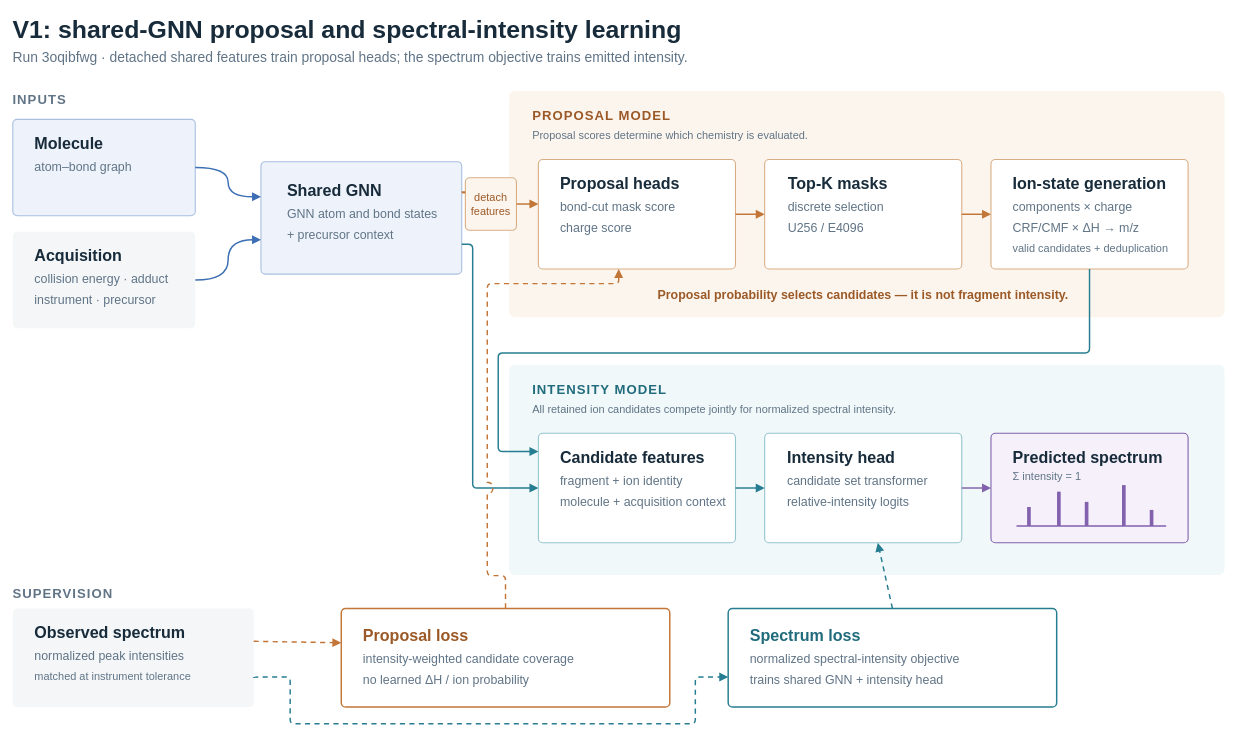
Earlier version of the draw.io diagram page "MASSter decoupled design" (2 of 3) of docs/figures/masster_figures.drawio (LZhang98/fragnnet). Source tidied: cells renumbered, new cells numbered last; positions are measured from the earlier drawing's top-left corner, leaving out a move shared by most shapes. Both pictures are drawn from the tidied source at 73%, with x=0, y=0 at pixel (12, 12).
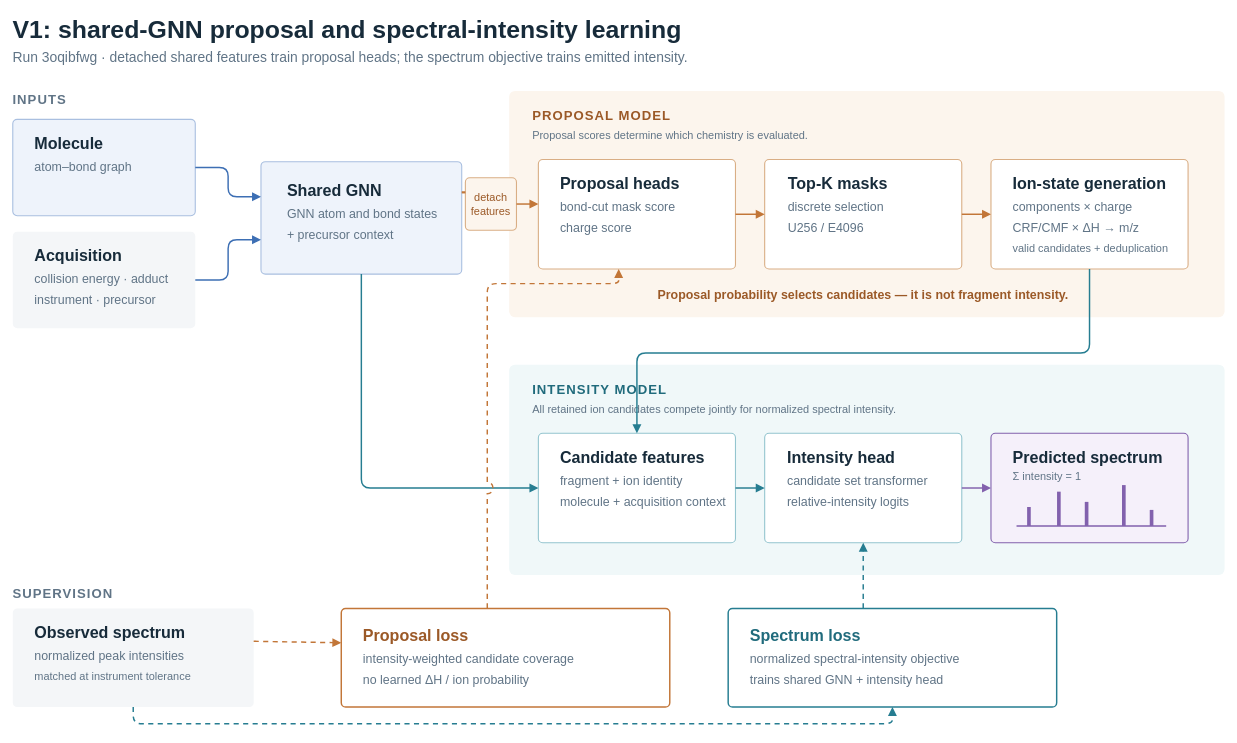
The same page after the edit.

Unchanged cells that the change refers to:
```xml
<mxCell id="5" value="&lt;div style=&quot;font-size:22px;font-weight:bold;color:#172B3A;line-height:1.2&quot;&gt;Proposal heads&lt;/div&gt;&lt;div style=&quot;font-size:17px;color:#607486;line-height:1.7;margin-top:5px&quot;&gt;bond-cut mask score&lt;br&gt;charge score&lt;/div&gt;" style="rounded=1;absoluteArcSize=1;arcSize=12;whiteSpace=wrap;html=1;fontFamily=Arial;fillColor=#ffffff;strokeColor=#D9AE85;strokeWidth=1.5;fontColor=#172B3A;align=left;verticalAlign=top;spacing=0;spacingLeft=30;spacingTop=16;" parent="4" vertex="1">
  <mxGeometry x="40" y="94" width="270" height="150" as="geometry" />
</mxCell>
<mxCell id="7" value="&lt;div style=&quot;font-size:22px;font-weight:bold;color:#172B3A;line-height:1.2&quot;&gt;Ion-state generation&lt;/div&gt;&lt;div style=&quot;font-size:17px;color:#607486;line-height:1.7;margin-top:5px&quot;&gt;components × charge&lt;br&gt;CRF/CMF × ΔH → m/z&lt;/div&gt;&lt;div style=&quot;font-size:15px;color:#607486;line-height:1.6&quot;&gt;valid candidates + deduplication&lt;/div&gt;" style="rounded=1;absoluteArcSize=1;arcSize=12;whiteSpace=wrap;html=1;fontFamily=Arial;fillColor=#ffffff;strokeColor=#D9AE85;strokeWidth=1.5;fontColor=#172B3A;align=left;verticalAlign=top;spacing=0;spacingLeft=30;spacingTop=16;" parent="4" vertex="1">
  <mxGeometry x="660" y="94" width="270" height="150" as="geometry" />
</mxCell>
<mxCell id="9" value="&lt;div style=&quot;font-size:22px;font-weight:bold;color:#172B3A;line-height:1.2&quot;&gt;Candidate features&lt;/div&gt;&lt;div style=&quot;font-size:17px;color:#607486;line-height:1.7;margin-top:5px&quot;&gt;fragment + ion identity&lt;br&gt;molecule + acquisition context&lt;/div&gt;" style="rounded=1;absoluteArcSize=1;arcSize=12;whiteSpace=wrap;html=1;fontFamily=Arial;fillColor=#ffffff;strokeColor=#94C5CF;strokeWidth=1.5;fontColor=#172B3A;align=left;verticalAlign=top;spacing=0;spacingLeft=30;spacingTop=16;" parent="8" vertex="1">
  <mxGeometry x="40" y="94" width="270" height="150" as="geometry" />
</mxCell>
<mxCell id="10" value="&lt;div style=&quot;font-size:22px;font-weight:bold;color:#172B3A;line-height:1.2&quot;&gt;Intensity head&lt;/div&gt;&lt;div style=&quot;font-size:17px;color:#607486;line-height:1.7;margin-top:5px&quot;&gt;candidate set transformer&lt;br&gt;relative-intensity logits&lt;/div&gt;" style="rounded=1;absoluteArcSize=1;arcSize=12;whiteSpace=wrap;html=1;fontFamily=Arial;fillColor=#ffffff;strokeColor=#94C5CF;strokeWidth=1.5;fontColor=#172B3A;align=left;verticalAlign=top;spacing=0;spacingLeft=31;spacingTop=16;" parent="8" vertex="1">
  <mxGeometry x="350" y="94" width="270" height="150" as="geometry" />
</mxCell>
<mxCell id="19" value="&lt;div style=&quot;font-size:22px;font-weight:bold;color:#172B3A;line-height:1.2&quot;&gt;Molecule&lt;/div&gt;&lt;div style=&quot;font-size:17px;color:#607486;line-height:1.7;margin-top:5px&quot;&gt;atom–bond graph&lt;/div&gt;" style="rounded=1;absoluteArcSize=1;arcSize=12;whiteSpace=wrap;html=1;fontFamily=Arial;strokeWidth=1.5;fontColor=#172B3A;align=left;verticalAlign=top;spacing=0;spacingLeft=30;spacingTop=16;fillColor=#EEF3FB;strokeColor=#A9BFE0;" parent="1" vertex="1">
  <mxGeometry y="146" width="250" height="132" as="geometry" />
</mxCell>
<mxCell id="20" value="&lt;div style=&quot;font-size:22px;font-weight:bold;color:#172B3A;line-height:1.2&quot;&gt;Acquisition&lt;/div&gt;&lt;div style=&quot;font-size:17px;color:#607486;line-height:1.7;margin-top:5px&quot;&gt;collision energy · adduct&lt;br&gt;instrument · precursor&lt;/div&gt;" style="rounded=1;absoluteArcSize=1;arcSize=12;whiteSpace=wrap;html=1;fontFamily=Arial;fillColor=#F4F6F8;strokeColor=none;strokeWidth=1.5;fontColor=#172B3A;align=left;verticalAlign=top;spacing=0;spacingLeft=30;spacingTop=16;" parent="1" vertex="1">
  <mxGeometry y="300" width="250" height="132" as="geometry" />
</mxCell>
<mxCell id="21" value="&lt;div style=&quot;font-size:22px;font-weight:bold;color:#172B3A;line-height:1.2&quot;&gt;Shared GNN&lt;/div&gt;&lt;div style=&quot;font-size:17px;color:#607486;line-height:1.7;margin-top:5px&quot;&gt;GNN atom and bond states&lt;br&gt;+ precursor context&lt;/div&gt;" style="rounded=1;absoluteArcSize=1;arcSize=12;whiteSpace=wrap;html=1;fontFamily=Arial;strokeWidth=1.5;fontColor=#172B3A;align=left;verticalAlign=top;spacing=0;spacingLeft=36;spacingTop=22;fillColor=#EEF3FB;strokeColor=#A9BFE0;" parent="1" vertex="1">
  <mxGeometry x="340" y="204" width="275" height="154" as="geometry" />
</mxCell>
<mxCell id="24" value="&lt;div style=&quot;font-size:22px;font-weight:bold;color:#172B3A;line-height:1.2&quot;&gt;Observed spectrum&lt;/div&gt;&lt;div style=&quot;font-size:17px;color:#607486;line-height:1.7;margin-top:5px&quot;&gt;normalized peak intensities&lt;/div&gt;&lt;div style=&quot;font-size:15px;color:#607486;line-height:1.6&quot;&gt;matched at instrument tolerance&lt;/div&gt;" style="rounded=1;absoluteArcSize=1;arcSize=12;whiteSpace=wrap;html=1;fontFamily=Arial;fillColor=#F4F6F8;strokeColor=none;strokeWidth=1.5;fontColor=#172B3A;align=left;verticalAlign=top;spacing=0;spacingLeft=30;spacingTop=16;" parent="1" vertex="1">
  <mxGeometry y="816" width="330" height="135" as="geometry" />
</mxCell>
<mxCell id="25" value="&lt;div style=&quot;font-size:22px;font-weight:bold;color:#9B5927;line-height:1.2&quot;&gt;Proposal loss&lt;/div&gt;&lt;div style=&quot;font-size:17px;color:#607486;line-height:1.7;margin-top:5px&quot;&gt;intensity-weighted candidate coverage&lt;br&gt;no learned ΔH / ion probability&lt;/div&gt;" style="rounded=1;absoluteArcSize=1;arcSize=12;whiteSpace=wrap;html=1;fontFamily=Arial;fillColor=#ffffff;strokeColor=#C27638;strokeWidth=2;fontColor=#9B5927;align=left;verticalAlign=top;spacing=0;spacingLeft=30;spacingTop=20;" parent="1" vertex="1">
  <mxGeometry x="450" y="816" width="450" height="135" as="geometry" />
</mxCell>
<mxCell id="26" value="&lt;div style=&quot;font-size:22px;font-weight:bold;color:#206B7C;line-height:1.2&quot;&gt;Spectrum loss&lt;/div&gt;&lt;div style=&quot;font-size:17px;color:#607486;line-height:1.7;margin-top:5px&quot;&gt;normalized spectral-intensity objective&lt;br&gt;trains shared GNN + intensity head&lt;/div&gt;" style="rounded=1;absoluteArcSize=1;arcSize=12;whiteSpace=wrap;html=1;fontFamily=Arial;fillColor=#ffffff;strokeColor=#267D91;strokeWidth=2;fontColor=#206B7C;align=left;verticalAlign=top;spacing=0;spacingLeft=30;spacingTop=20;" parent="1" vertex="1">
  <mxGeometry x="980" y="816" width="450" height="135" as="geometry" />
</mxCell>
```

What changed in the source:
```diff
@@
-    <mxCell id="28" style="edgeStyle=orthogonalEdgeStyle;curved=1;html=1;strokeWidth=2;endArrow=block;endFill=1;endSize=7;startArrow=none;exitX=1;exitY=0.5;exitDx=0;exitDy=0;exitPerimeter=0;entryX=0;entryY=0.3117;entryDx=0;entryDy=0;entryPerimeter=0;strokeColor=#3D6FB4;" parent="1" edge="1" source="19" target="21">
-      <mxGeometry relative="1" as="geometry" />
+    <mxCell id="28" style="html=1;strokeWidth=2;endArrow=block;endFill=1;endSize=7;startArrow=none;exitX=1;exitY=0.5;exitDx=0;exitDy=0;exitPerimeter=0;entryX=0;entryY=0.3117;entryDx=0;entryDy=0;entryPerimeter=0;strokeColor=#3D6FB4;edgeStyle=none;rounded=1;curved=0;arcSize=24;" parent="1" edge="1" source="19" target="21">
+      <mxGeometry relative="1" as="geometry">
+        <Array as="points">
+          <mxPoint x="295" y="212" />
+          <mxPoint x="295" y="252" />
+        </Array>
+      </mxGeometry>
     </mxCell>
-    <mxCell id="29" style="edgeStyle=orthogonalEdgeStyle;curved=1;html=1;strokeWidth=2;endArrow=block;endFill=1;endSize=7;startArrow=none;exitX=1;exitY=0.5;exitDx=0;exitDy=0;exitPerimeter=0;entryX=0;entryY=0.6948;entryDx=0;entryDy=0;entryPerimeter=0;strokeColor=#3D6FB4;" parent="1" edge="1" source="20" target="21">
-      <mxGeometry relative="1" as="geometry" />
+    <mxCell id="29" style="html=1;strokeWidth=2;endArrow=block;endFill=1;endSize=7;startArrow=none;exitX=1;exitY=0.5;exitDx=0;exitDy=0;exitPerimeter=0;entryX=0;entryY=0.6948;entryDx=0;entryDy=0;entryPerimeter=0;strokeColor=#3D6FB4;edgeStyle=none;rounded=1;curved=0;arcSize=24;" parent="1" edge="1" source="20" target="21">
+      <mxGeometry relative="1" as="geometry">
+        <Array as="points">
+          <mxPoint x="295" y="366" />
+          <mxPoint x="295" y="311" />
+        </Array>
+      </mxGeometry>
     </mxCell>
@@
-    <mxCell id="34" style="edgeStyle=orthogonalEdgeStyle;rounded=1;arcSize=12;html=1;strokeColor=#267D91;strokeWidth=2;endArrow=block;endFill=1;endSize=7;startArrow=none;exitX=0.5;exitY=1;exitDx=0;exitDy=0;exitPerimeter=0;entryX=0;entryY=0.1667;entryDx=0;entryDy=0;entryPerimeter=0;" parent="1" edge="1" source="7" target="9">
+    <mxCell id="34" style="html=1;strokeColor=#267D91;strokeWidth=2;endArrow=block;endFill=1;endSize=7;startArrow=none;exitX=0.5;exitY=1;exitDx=0;exitDy=0;exitPerimeter=0;entryDx=0;entryDy=0;entryPerimeter=0;edgeStyle=none;rounded=1;curved=0;arcSize=24;entryX=0.5;entryY=0;" parent="1" edge="1" source="7" target="9">
       <mxGeometry relative="1" as="geometry">
         <Array as="points">
           <mxPoint x="1475" y="466" />
-          <mxPoint x="665" y="466" />
-          <mxPoint x="665" y="601" />
+          <mxPoint x="855" y="466" />
         </Array>
       </mxGeometry>
     </mxCell>
-    <mxCell id="35" style="edgeStyle=orthogonalEdgeStyle;rounded=1;arcSize=12;html=1;strokeColor=#267D91;strokeWidth=2;endArrow=block;endFill=1;endSize=7;startArrow=none;exitX=1;exitY=0.7338;exitDx=0;exitDy=0;exitPerimeter=0;entryX=0;entryY=0.5;entryDx=0;entryDy=0;entryPerimeter=0;" parent="1" edge="1" source="21" target="9">
+    <mxCell id="35" style="html=1;strokeColor=#267D91;strokeWidth=2;endArrow=block;endFill=1;endSize=7;startArrow=none;exitDx=0;exitDy=0;exitPerimeter=0;entryX=0;entryY=0.5;entryDx=0;entryDy=0;entryPerimeter=0;edgeStyle=none;rounded=1;curved=0;arcSize=24;exitX=0.5;exitY=1;" parent="1" edge="1" source="21" target="9">
       <mxGeometry relative="1" as="geometry">
         <Array as="points">
-          <mxPoint x="630" y="317" />
-          <mxPoint x="630" y="651" />
+          <mxPoint x="477.5" y="651" />
         </Array>
       </mxGeometry>
     </mxCell>
@@
-    <mxCell id="39" style="edgeStyle=orthogonalEdgeStyle;rounded=1;arcSize=12;html=1;strokeColor=#267D91;strokeWidth=2;endArrow=block;endFill=1;endSize=7;startArrow=none;dashed=1;dashPattern=7 6;fixDash=1;exitX=1;exitY=0.7063;exitDx=0;exitDy=0;exitPerimeter=0;entryX=0;entryY=0.6963;entryDx=0;entryDy=0;entryPerimeter=0;" parent="1" edge="1" source="24" target="26">
+    <mxCell id="39" style="html=1;strokeColor=#267D91;strokeWidth=2;endArrow=block;endFill=1;endSize=7;startArrow=none;dashed=1;dashPattern=7 6;fixDash=1;exitDx=0;exitDy=0;exitPerimeter=0;entryDx=0;entryDy=0;entryPerimeter=0;edgeStyle=none;rounded=1;curved=0;arcSize=24;exitX=0.5;exitY=1;entryX=0.5;entryY=1;" parent="1" edge="1" source="24" target="26">
       <mxGeometry relative="1" as="geometry">
         <Array as="points">
-          <mxPoint x="380" y="910" />
-          <mxPoint x="380" y="974" />
-          <mxPoint x="935" y="974" />
-          <mxPoint x="935" y="910" />
+          <mxPoint x="165" y="974" />
+          <mxPoint x="1205" y="974" />
         </Array>
       </mxGeometry>
     </mxCell>
-    <mxCell id="40" style="edgeStyle=none;html=1;strokeColor=#267D91;strokeWidth=2;endArrow=block;endFill=1;endSize=7;startArrow=none;dashed=1;dashPattern=7 6;fixDash=1;exitX=0.5;exitY=0;exitDx=0;exitDy=0;exitPerimeter=0;entryX=0.5741;entryY=1;entryDx=0;entryDy=0;entryPerimeter=0;" parent="1" edge="1" source="26" target="10">
+    <mxCell id="40" style="edgeStyle=none;html=1;strokeColor=#267D91;strokeWidth=2;endArrow=block;endFill=1;endSize=7;startArrow=none;dashed=1;dashPattern=7 6;fixDash=1;exitY=0;exitDx=0;exitDy=0;exitPerimeter=0;entryY=1;entryDx=0;entryDy=0;entryPerimeter=0;exitX=0.4111111111111111;entryX=0.5;" parent="1" edge="1" source="26" target="10">
       <mxGeometry relative="1" as="geometry" />
     </mxCell>
-    <mxCell id="41" style="edgeStyle=orthogonalEdgeStyle;rounded=1;arcSize=12;jumpStyle=arc;jumpSize=14;html=1;strokeColor=#C27638;strokeWidth=2;endArrow=block;endFill=1;endSize=7;startArrow=none;dashed=1;dashPattern=7 6;fixDash=1;exitX=0.5;exitY=0;exitDx=0;exitDy=0;exitPerimeter=0;entryX=0.4074;entryY=1;entryDx=0;entryDy=0;entryPerimeter=0;" parent="1" edge="1" source="25" target="5">
+    <mxCell id="41" style="jumpStyle=arc;jumpSize=14;html=1;strokeColor=#C27638;strokeWidth=2;endArrow=block;endFill=1;endSize=7;startArrow=none;dashed=1;dashPattern=7 6;fixDash=1;exitY=0;exitDx=0;exitDy=0;exitPerimeter=0;entryX=0.4074;entryY=1;entryDx=0;entryDy=0;entryPerimeter=0;edgeStyle=none;rounded=1;curved=0;arcSize=24;exitX=0.4444444444444444;" parent="1" edge="1" source="25" target="5">
       <mxGeometry relative="1" as="geometry">
         <Array as="points">
-          <mxPoint x="675" y="771" />
-          <mxPoint x="650" y="771" />
           <mxPoint x="650" y="371" />
           <mxPoint x="830" y="371" />
         </Array>
       </mxGeometry>
     </mxCell>
```
